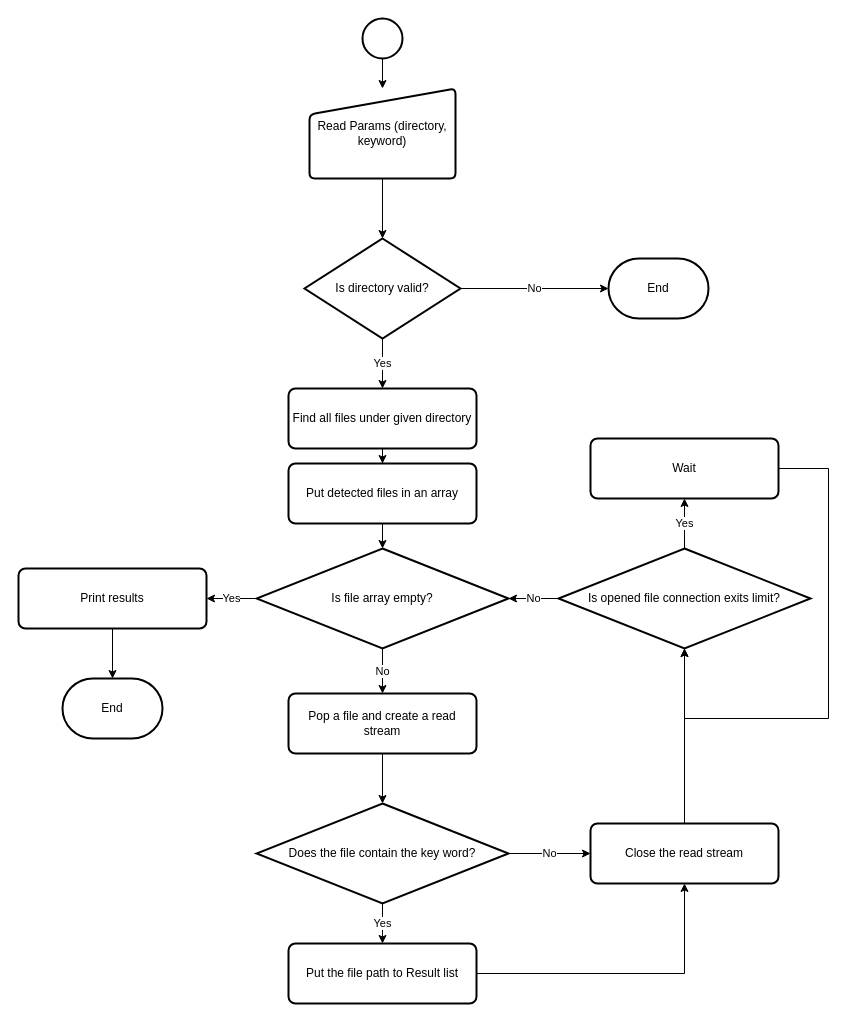
The draw.io diagram docs/program-flow.drawio in zhiyue-yi/text-searcher, before the edit. Source tidied: cells renumbered, new cells numbered last; positions are measured from the earlier drawing's top-left corner, leaving out a move shared by most shapes. Both pictures are drawn from the tidied source at 100%, with x=0, y=0 at pixel (18, 18).
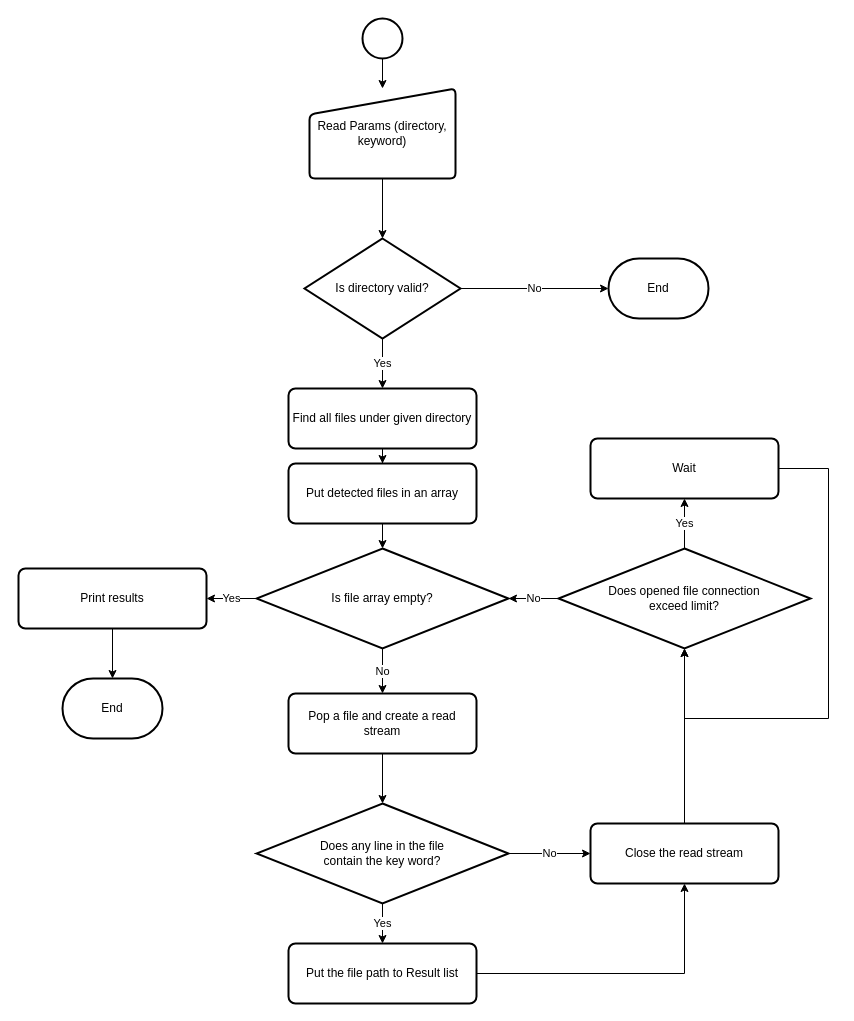
After the change.

The edit, as a diff of the source:
```diff
@@
-    <mxCell id="18" value="Does the file contain the key word?" style="strokeWidth=2;html=1;shape=mxgraph.flowchart.decision;whiteSpace=wrap;" parent="1" vertex="1">
+    <mxCell id="18" value="Does any line in the file&lt;br&gt;contain the key word?" style="strokeWidth=2;html=1;shape=mxgraph.flowchart.decision;whiteSpace=wrap;" parent="1" vertex="1">
       <mxGeometry x="238" y="785" width="252" height="100" as="geometry" />
     </mxCell>
@@
-    <mxCell id="23" value="Is opened file connection exits limit?" style="strokeWidth=2;html=1;shape=mxgraph.flowchart.decision;whiteSpace=wrap;" parent="1" vertex="1">
+    <mxCell id="23" value="Does opened file connection &lt;br&gt;exceed limit?" style="strokeWidth=2;html=1;shape=mxgraph.flowchart.decision;whiteSpace=wrap;" parent="1" vertex="1">
       <mxGeometry x="540" y="530" width="252" height="100" as="geometry" />
     </mxCell>
```
